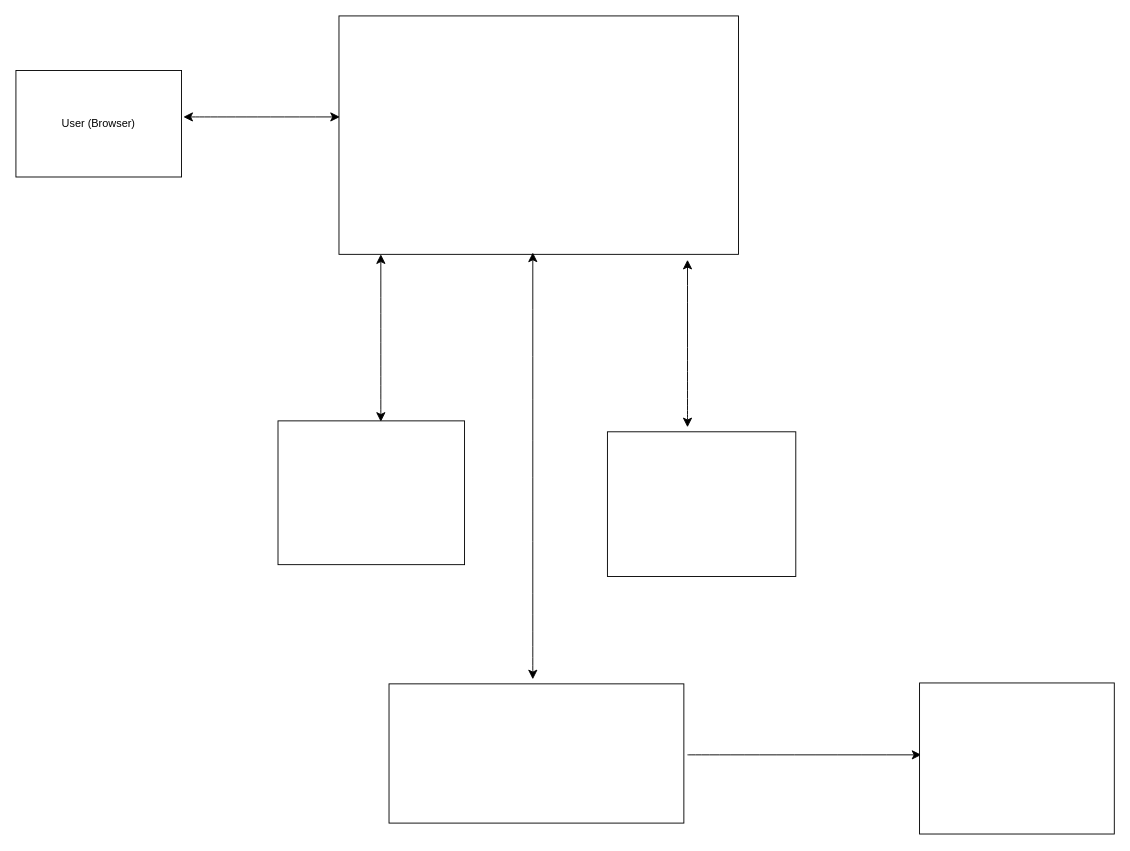
Above: page "Page-1" (1 of 3) of Untitled Diagram.drawio in evanchime/draw_io (draw.io), before the change. Source tidied: cells renumbered, new cells numbered last; positions are measured from the earlier drawing's top-left corner, leaving out a move shared by most shapes. Both pictures are drawn from the tidied source at 91%, with x=0, y=0 at pixel (15, 15).
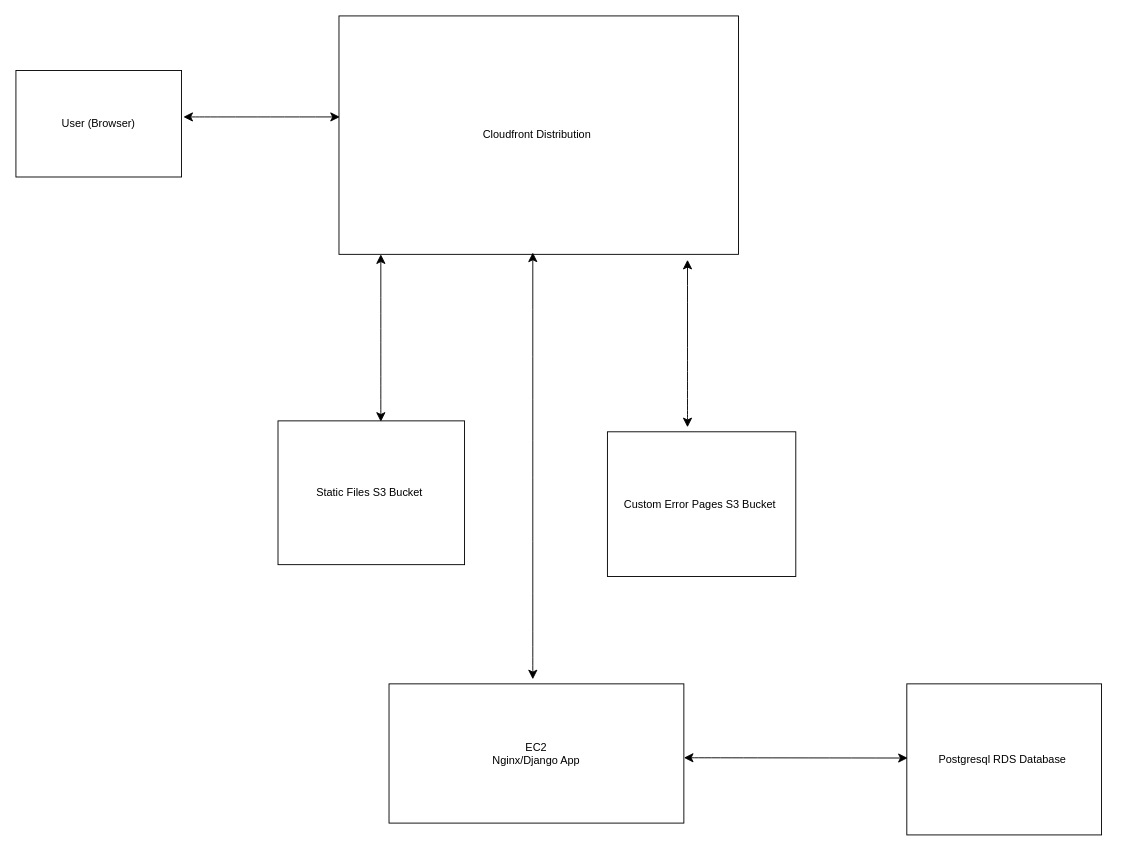
After the change.

What changed in the source:
```diff
@@
 <mxGraphModel>
   <root>
     <mxCell id="0" />
     <mxCell id="1" parent="0" />
     <mxCell id="2" value="User (Browser)" style="whiteSpace=wrap;html=1;" parent="1" vertex="1">
       <mxGeometry y="60" width="182" height="117" as="geometry" />
     </mxCell>
-    <mxCell id="3" style="whiteSpace=wrap;html=1;" parent="1" vertex="1">
+    <mxCell id="3" value="Cloudfront Distribution&amp;nbsp;" style="whiteSpace=wrap;html=1;" parent="1" vertex="1">
       <mxGeometry x="355" width="439" height="262" as="geometry" />
     </mxCell>
     <mxCell id="4" style="edgeStyle=none;orthogonalLoop=1;jettySize=auto;html=1;endArrow=classic;startArrow=classic;endSize=8;startSize=8;rounded=0;fontSize=12;curved=1;" parent="1" edge="1">
       <mxGeometry relative="1" as="geometry">
         <mxPoint x="401" y="446" as="sourcePoint" />
         <mxPoint x="401" y="262" as="targetPoint" />
       </mxGeometry>
     </mxCell>
     <mxCell id="5" style="edgeStyle=none;orthogonalLoop=1;jettySize=auto;html=1;endArrow=classic;startArrow=classic;endSize=8;startSize=8;rounded=0;fontSize=12;curved=1;" parent="1" edge="1">
       <mxGeometry relative="1" as="geometry">
         <mxPoint x="184" y="111" as="sourcePoint" />
         <mxPoint x="356" y="111" as="targetPoint" />
       </mxGeometry>
     </mxCell>
     <mxCell id="6" style="edgeStyle=none;orthogonalLoop=1;jettySize=auto;html=1;endArrow=classic;startArrow=classic;endSize=8;startSize=8;rounded=0;fontSize=12;curved=1;" parent="1" edge="1">
       <mxGeometry relative="1" as="geometry">
         <mxPoint x="568" y="729" as="sourcePoint" />
         <mxPoint x="568" y="260" as="targetPoint" />
       </mxGeometry>
     </mxCell>
     <mxCell id="7" style="edgeStyle=none;orthogonalLoop=1;jettySize=auto;html=1;endArrow=classic;startArrow=classic;endSize=8;startSize=8;rounded=0;fontSize=12;curved=1;" parent="1" edge="1">
       <mxGeometry relative="1" as="geometry">
         <mxPoint x="738" y="452" as="sourcePoint" />
         <mxPoint x="738" y="268" as="targetPoint" />
       </mxGeometry>
     </mxCell>
-    <mxCell id="8" style="whiteSpace=wrap;html=1;" parent="1" vertex="1">
+    <mxCell id="8" value="Static Files S3 Bucket&amp;nbsp;" style="whiteSpace=wrap;html=1;" parent="1" vertex="1">
       <mxGeometry x="288" y="445" width="205" height="158" as="geometry" />
     </mxCell>
-    <mxCell id="9" style="whiteSpace=wrap;html=1;" parent="1" vertex="1">
+    <mxCell id="9" value="EC2&lt;div&gt;Nginx/Django App&lt;/div&gt;" style="whiteSpace=wrap;html=1;" parent="1" vertex="1">
       <mxGeometry x="410" y="734" width="324" height="153" as="geometry" />
     </mxCell>
-    <mxCell id="10" style="whiteSpace=wrap;html=1;" parent="1" vertex="1">
+    <mxCell id="10" value="Custom Error Pages S3 Bucket&amp;nbsp;" style="whiteSpace=wrap;html=1;" parent="1" vertex="1">
       <mxGeometry x="650" y="457" width="207" height="159" as="geometry" />
     </mxCell>
-    <mxCell id="11" style="edgeStyle=none;orthogonalLoop=1;jettySize=auto;html=1;rounded=0;fontSize=12;startSize=8;endSize=8;curved=1;" parent="1" edge="1">
-      <mxGeometry relative="1" as="geometry">
-        <mxPoint x="738" y="812" as="sourcePoint" />
-        <mxPoint x="995" y="812" as="targetPoint" />
-      </mxGeometry>
-    </mxCell>
-    <mxCell id="12" style="whiteSpace=wrap;html=1;" parent="1" vertex="1">
-      <mxGeometry x="993" y="733" width="214" height="166" as="geometry" />
+    <mxCell id="12" value="Postgresql RDS Database&amp;nbsp;" style="whiteSpace=wrap;html=1;" parent="1" vertex="1">
+      <mxGeometry x="979" y="734" width="214" height="166" as="geometry" />
     </mxCell>
+    <mxCell id="13" style="edgeStyle=none;orthogonalLoop=1;jettySize=auto;html=1;endArrow=classic;startArrow=classic;endSize=8;startSize=8;rounded=0;fontSize=12;curved=1;" parent="1" edge="1">
+      <mxGeometry relative="1" as="geometry">
+        <mxPoint x="734" y="815.2" as="sourcePoint" />
+        <mxPoint x="980" y="815.5" as="targetPoint" />
+      </mxGeometry>
+    </mxCell>
   </root>
 </mxGraphModel>
```
